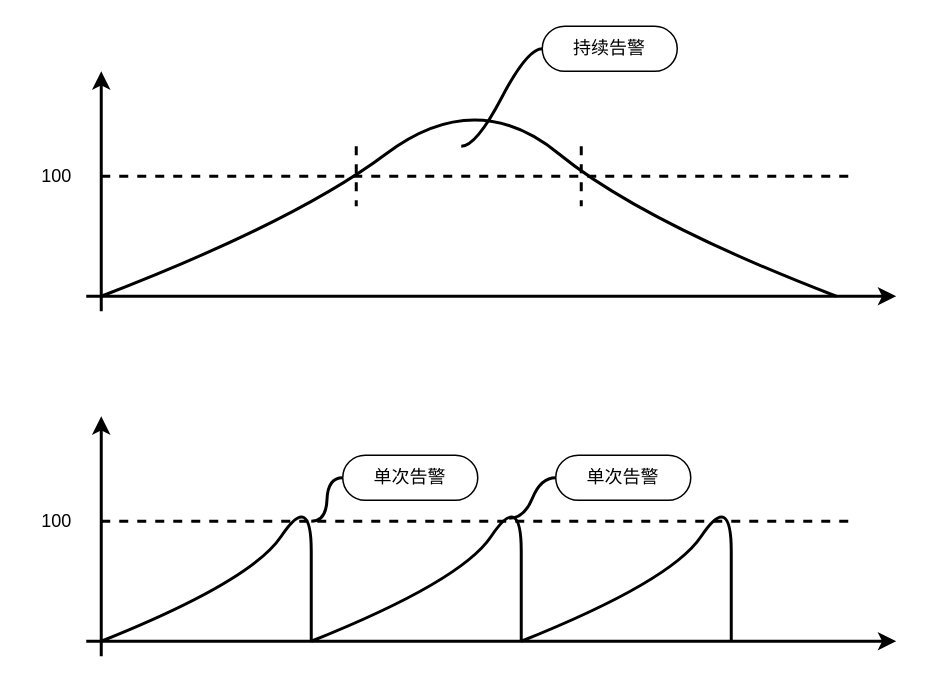
This is esper temp 01.drawio from popvlovs/popvlovs-repository, a draw.io file, before an edit. Source tidied: cells renumbered, new cells numbered last; positions are measured from the earlier drawing's top-left corner, leaving out a move shared by most shapes. Both pictures are drawn from the tidied source at 150%, with x=0, y=0 at pixel (26, 26).
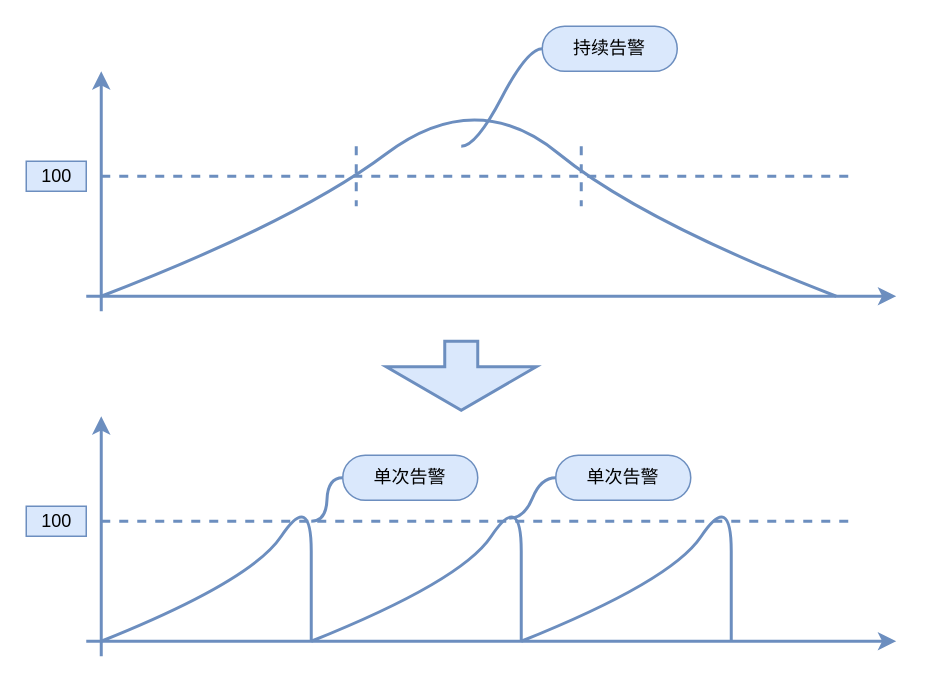
After the change.

Diff of the diagram source:
```diff
@@
-    <mxCell id="2" style="endArrow=classic;html=1;strokeWidth=2;" parent="1" edge="1">
+    <mxCell id="2" style="endArrow=classic;html=1;strokeWidth=2;fillColor=#dae8fc;strokeColor=#6c8ebf;" parent="1" edge="1">
       <mxGeometry relative="1" as="geometry">
         <mxPoint x="40" y="180" as="sourcePoint" />
         <mxPoint x="580" y="180" as="targetPoint" />
       </mxGeometry>
     </mxCell>
-    <mxCell id="3" style="endArrow=classic;html=1;strokeWidth=2;" parent="1" edge="1">
+    <mxCell id="3" style="endArrow=classic;html=1;strokeWidth=2;fillColor=#dae8fc;strokeColor=#6c8ebf;" parent="1" edge="1">
       <mxGeometry relative="1" as="geometry">
         <mxPoint x="50" y="190" as="sourcePoint" />
         <mxPoint x="50" y="30" as="targetPoint" />
       </mxGeometry>
     </mxCell>
-    <mxCell id="4" style="curved=1;endArrow=none;html=1;endFill=0;strokeWidth=2;" parent="1" edge="1">
+    <mxCell id="4" style="curved=1;endArrow=none;html=1;endFill=0;strokeWidth=2;fillColor=#dae8fc;strokeColor=#6c8ebf;" parent="1" edge="1">
       <mxGeometry relative="1" as="geometry">
         <mxPoint x="50" y="180" as="sourcePoint" />
         <mxPoint x="540" y="180" as="targetPoint" />
         <Array as="points">
           <mxPoint x="180" y="130" />
           <mxPoint x="300" y="40" />
           <mxPoint x="410" y="130" />
         </Array>
       </mxGeometry>
     </mxCell>
-    <mxCell id="5" style="endArrow=none;dashed=1;html=1;strokeWidth=2;" parent="1" edge="1">
+    <mxCell id="5" style="endArrow=none;dashed=1;html=1;strokeWidth=2;fillColor=#dae8fc;strokeColor=#6c8ebf;" parent="1" edge="1">
       <mxGeometry relative="1" as="geometry">
         <mxPoint x="50" y="100" as="sourcePoint" />
         <mxPoint x="550" y="100" as="targetPoint" />
       </mxGeometry>
     </mxCell>
-    <mxCell id="6" value="100" style="text;html=1;align=center;verticalAlign=middle;" parent="1" vertex="1">
+    <mxCell id="6" value="100" style="text;html=1;align=center;verticalAlign=middle;fillColor=#dae8fc;strokeColor=#6c8ebf;" parent="1" vertex="1">
       <mxGeometry y="90" width="40" height="20" as="geometry" />
     </mxCell>
-    <mxCell id="7" style="endArrow=classic;html=1;strokeWidth=2;" parent="1" edge="1">
+    <mxCell id="7" style="endArrow=classic;html=1;strokeWidth=2;fillColor=#dae8fc;strokeColor=#6c8ebf;" parent="1" edge="1">
       <mxGeometry relative="1" as="geometry">
         <mxPoint x="40" y="410" as="sourcePoint" />
         <mxPoint x="580" y="410" as="targetPoint" />
       </mxGeometry>
     </mxCell>
-    <mxCell id="8" style="endArrow=classic;html=1;strokeWidth=2;" parent="1" edge="1">
+    <mxCell id="8" style="endArrow=classic;html=1;strokeWidth=2;fillColor=#dae8fc;strokeColor=#6c8ebf;" parent="1" edge="1">
       <mxGeometry relative="1" as="geometry">
         <mxPoint x="50" y="420" as="sourcePoint" />
         <mxPoint x="50" y="260" as="targetPoint" />
       </mxGeometry>
     </mxCell>
-    <mxCell id="9" style="curved=1;endArrow=none;html=1;endFill=0;strokeWidth=2;" parent="1" edge="1">
+    <mxCell id="9" style="curved=1;endArrow=none;html=1;endFill=0;strokeWidth=2;fillColor=#dae8fc;strokeColor=#6c8ebf;" parent="1" edge="1">
       <mxGeometry relative="1" as="geometry">
         <mxPoint x="50" y="410" as="sourcePoint" />
         <mxPoint x="190" y="410" as="targetPoint" />
         <Array as="points">
           <mxPoint x="150" y="370" />
           <mxPoint x="190" y="310" />
           <mxPoint x="190" y="390" />
         </Array>
       </mxGeometry>
     </mxCell>
-    <mxCell id="10" style="endArrow=none;dashed=1;html=1;strokeWidth=2;" parent="1" edge="1">
+    <mxCell id="10" style="endArrow=none;dashed=1;html=1;strokeWidth=2;fillColor=#dae8fc;strokeColor=#6c8ebf;" parent="1" edge="1">
       <mxGeometry relative="1" as="geometry">
         <mxPoint x="50" y="330" as="sourcePoint" />
         <mxPoint x="550" y="330" as="targetPoint" />
       </mxGeometry>
     </mxCell>
-    <mxCell id="11" value="100" style="text;html=1;align=center;verticalAlign=middle;" parent="1" vertex="1">
+    <mxCell id="11" value="100" style="text;html=1;align=center;verticalAlign=middle;fillColor=#dae8fc;strokeColor=#6c8ebf;" parent="1" vertex="1">
       <mxGeometry y="320" width="40" height="20" as="geometry" />
     </mxCell>
-    <mxCell id="12" style="curved=1;endArrow=none;html=1;endFill=0;strokeWidth=2;" parent="1" edge="1">
+    <mxCell id="12" style="curved=1;endArrow=none;html=1;endFill=0;strokeWidth=2;fillColor=#dae8fc;strokeColor=#6c8ebf;" parent="1" edge="1">
       <mxGeometry relative="1" as="geometry">
         <mxPoint x="190" y="410" as="sourcePoint" />
         <mxPoint x="330" y="410" as="targetPoint" />
         <Array as="points">
           <mxPoint x="290" y="370" />
           <mxPoint x="330" y="310" />
           <mxPoint x="330" y="390" />
         </Array>
       </mxGeometry>
     </mxCell>
-    <mxCell id="13" style="curved=1;endArrow=none;html=1;endFill=0;strokeWidth=2;" parent="1" edge="1">
+    <mxCell id="13" style="curved=1;endArrow=none;html=1;endFill=0;strokeWidth=2;fillColor=#dae8fc;strokeColor=#6c8ebf;" parent="1" edge="1">
       <mxGeometry relative="1" as="geometry">
         <mxPoint x="330" y="410" as="sourcePoint" />
         <mxPoint x="470" y="410" as="targetPoint" />
         <Array as="points">
           <mxPoint x="430" y="370" />
           <mxPoint x="470" y="310" />
           <mxPoint x="470" y="390" />
         </Array>
       </mxGeometry>
     </mxCell>
-    <mxCell id="14" value="持续告警" style="whiteSpace=wrap;html=1;rounded=1;arcSize=50;align=center;verticalAlign=middle;strokeWidth=1;spacing=4;newEdgeStyle={&quot;edgeStyle&quot;:&quot;entityRelationEdgeStyle&quot;,&quot;startArrow&quot;:&quot;none&quot;,&quot;endArrow&quot;:&quot;none&quot;,&quot;segment&quot;:10,&quot;curved&quot;:1};" parent="1" vertex="1">
+    <mxCell id="14" value="持续告警" style="whiteSpace=wrap;html=1;rounded=1;arcSize=50;align=center;verticalAlign=middle;strokeWidth=1;spacing=4;newEdgeStyle={&quot;edgeStyle&quot;:&quot;entityRelationEdgeStyle&quot;,&quot;startArrow&quot;:&quot;none&quot;,&quot;endArrow&quot;:&quot;none&quot;,&quot;segment&quot;:10,&quot;curved&quot;:1};fillColor=#dae8fc;strokeColor=#6c8ebf;" parent="1" vertex="1">
       <mxGeometry x="344" width="90" height="30" as="geometry" />
     </mxCell>
-    <mxCell id="15" style="edgeStyle=entityRelationEdgeStyle;startArrow=none;endArrow=none;segment=10;curved=1;strokeWidth=2;" parent="1" edge="1" target="14">
+    <mxCell id="15" style="edgeStyle=entityRelationEdgeStyle;startArrow=none;endArrow=none;segment=10;curved=1;strokeWidth=2;fillColor=#dae8fc;strokeColor=#6c8ebf;" parent="1" edge="1" target="14">
       <mxGeometry relative="1" as="geometry">
         <mxPoint x="290" y="80" as="sourcePoint" />
       </mxGeometry>
     </mxCell>
-    <mxCell id="16" style="endArrow=none;dashed=1;html=1;strokeWidth=2;" parent="1" edge="1">
+    <mxCell id="16" style="endArrow=none;dashed=1;html=1;strokeWidth=2;fillColor=#dae8fc;strokeColor=#6c8ebf;" parent="1" edge="1">
       <mxGeometry relative="1" as="geometry">
         <mxPoint x="220" y="80" as="sourcePoint" />
         <mxPoint x="220" y="120" as="targetPoint" />
       </mxGeometry>
     </mxCell>
-    <mxCell id="17" style="endArrow=none;dashed=1;html=1;strokeWidth=2;" parent="1" edge="1">
+    <mxCell id="17" style="endArrow=none;dashed=1;html=1;strokeWidth=2;fillColor=#dae8fc;strokeColor=#6c8ebf;" parent="1" edge="1">
       <mxGeometry relative="1" as="geometry">
         <mxPoint x="370" y="80" as="sourcePoint" />
         <mxPoint x="370" y="120" as="targetPoint" />
       </mxGeometry>
     </mxCell>
-    <mxCell id="18" value="单次告警" style="whiteSpace=wrap;html=1;rounded=1;arcSize=50;align=center;verticalAlign=middle;strokeWidth=1;spacing=4;newEdgeStyle={&quot;edgeStyle&quot;:&quot;entityRelationEdgeStyle&quot;,&quot;startArrow&quot;:&quot;none&quot;,&quot;endArrow&quot;:&quot;none&quot;,&quot;segment&quot;:10,&quot;curved&quot;:1};" parent="1" vertex="1">
+    <mxCell id="18" value="单次告警" style="whiteSpace=wrap;html=1;rounded=1;arcSize=50;align=center;verticalAlign=middle;strokeWidth=1;spacing=4;newEdgeStyle={&quot;edgeStyle&quot;:&quot;entityRelationEdgeStyle&quot;,&quot;startArrow&quot;:&quot;none&quot;,&quot;endArrow&quot;:&quot;none&quot;,&quot;segment&quot;:10,&quot;curved&quot;:1};fillColor=#dae8fc;strokeColor=#6c8ebf;" parent="1" vertex="1">
       <mxGeometry x="211" y="286" width="90" height="30" as="geometry" />
     </mxCell>
-    <mxCell id="19" style="edgeStyle=entityRelationEdgeStyle;startArrow=none;endArrow=none;segment=10;curved=1;strokeWidth=2;" parent="1" edge="1" target="18">
+    <mxCell id="19" style="edgeStyle=entityRelationEdgeStyle;startArrow=none;endArrow=none;segment=10;curved=1;strokeWidth=2;fillColor=#dae8fc;strokeColor=#6c8ebf;" parent="1" edge="1" target="18">
       <mxGeometry relative="1" as="geometry">
         <mxPoint x="190" y="330" as="sourcePoint" />
       </mxGeometry>
     </mxCell>
-    <mxCell id="20" value="单次告警" style="whiteSpace=wrap;html=1;rounded=1;arcSize=50;align=center;verticalAlign=middle;strokeWidth=1;spacing=4;newEdgeStyle={&quot;edgeStyle&quot;:&quot;entityRelationEdgeStyle&quot;,&quot;startArrow&quot;:&quot;none&quot;,&quot;endArrow&quot;:&quot;none&quot;,&quot;segment&quot;:10,&quot;curved&quot;:1};" parent="1" vertex="1">
+    <mxCell id="20" value="单次告警" style="whiteSpace=wrap;html=1;rounded=1;arcSize=50;align=center;verticalAlign=middle;strokeWidth=1;spacing=4;newEdgeStyle={&quot;edgeStyle&quot;:&quot;entityRelationEdgeStyle&quot;,&quot;startArrow&quot;:&quot;none&quot;,&quot;endArrow&quot;:&quot;none&quot;,&quot;segment&quot;:10,&quot;curved&quot;:1};fillColor=#dae8fc;strokeColor=#6c8ebf;" parent="1" vertex="1">
       <mxGeometry x="353" y="286" width="90" height="30" as="geometry" />
     </mxCell>
-    <mxCell id="21" style="edgeStyle=entityRelationEdgeStyle;startArrow=none;endArrow=none;segment=10;curved=1;strokeWidth=2;" parent="1" edge="1" target="20">
+    <mxCell id="21" style="edgeStyle=entityRelationEdgeStyle;startArrow=none;endArrow=none;segment=10;curved=1;strokeWidth=2;fillColor=#dae8fc;strokeColor=#6c8ebf;" parent="1" edge="1" target="20">
       <mxGeometry relative="1" as="geometry">
         <mxPoint x="322" y="328" as="sourcePoint" />
       </mxGeometry>
     </mxCell>
+    <mxCell id="22" style="shape=singleArrow;direction=south;whiteSpace=wrap;html=1;fillColor=#dae8fc;strokeColor=#6c8ebf;arrowWidth=0.22;arrowSize=0.6304347826086957;strokeWidth=2;" parent="1" vertex="1">
+      <mxGeometry x="240" y="210" width="100" height="46" as="geometry" />
+    </mxCell>
```
